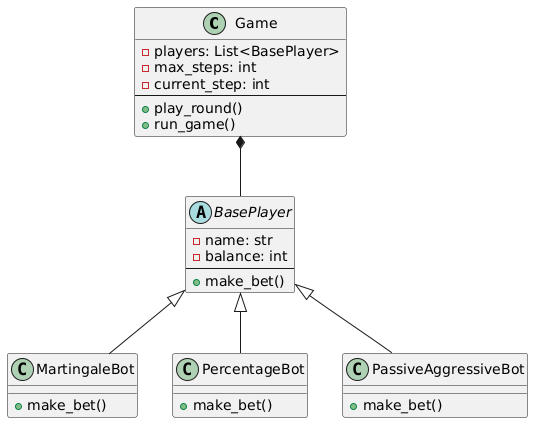
Earlier version of the PlantUML export docs/uml_diagram.png (AngelinaYakubovskaya/spbu-python-course).
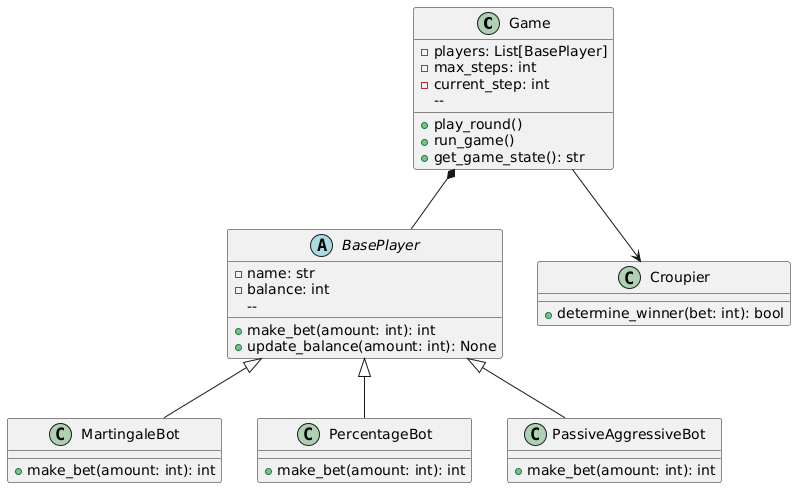
The same diagram one commit later.

Diff of the diagram source:
```diff
@@ -1,34 +1,41 @@
 @startuml
 class Game {
-    - players: List<BasePlayer>
+    - players: List[BasePlayer]
     - max_steps: int
     - current_step: int
     --
     + play_round()
     + run_game()
+    + get_game_state(): str
 }
 
 abstract class BasePlayer {
     - name: str
     - balance: int
     --
-    + make_bet()
+    + make_bet(amount: int): int
+    + update_balance(amount: int): None
 }
 
 class MartingaleBot {
-    + make_bet()
+    + make_bet(amount: int): int
 }
 
 class PercentageBot {
-    + make_bet()
+    + make_bet(amount: int): int
 }
 
 class PassiveAggressiveBot {
-    + make_bet()
+    + make_bet(amount: int): int
+}
+
+class Croupier {
+    + determine_winner(bet: int): bool
 }
 
 Game *-- BasePlayer
 BasePlayer <|-- MartingaleBot
 BasePlayer <|-- PercentageBot
 BasePlayer <|-- PassiveAggressiveBot
+Game --> Croupier
 @enduml
```
